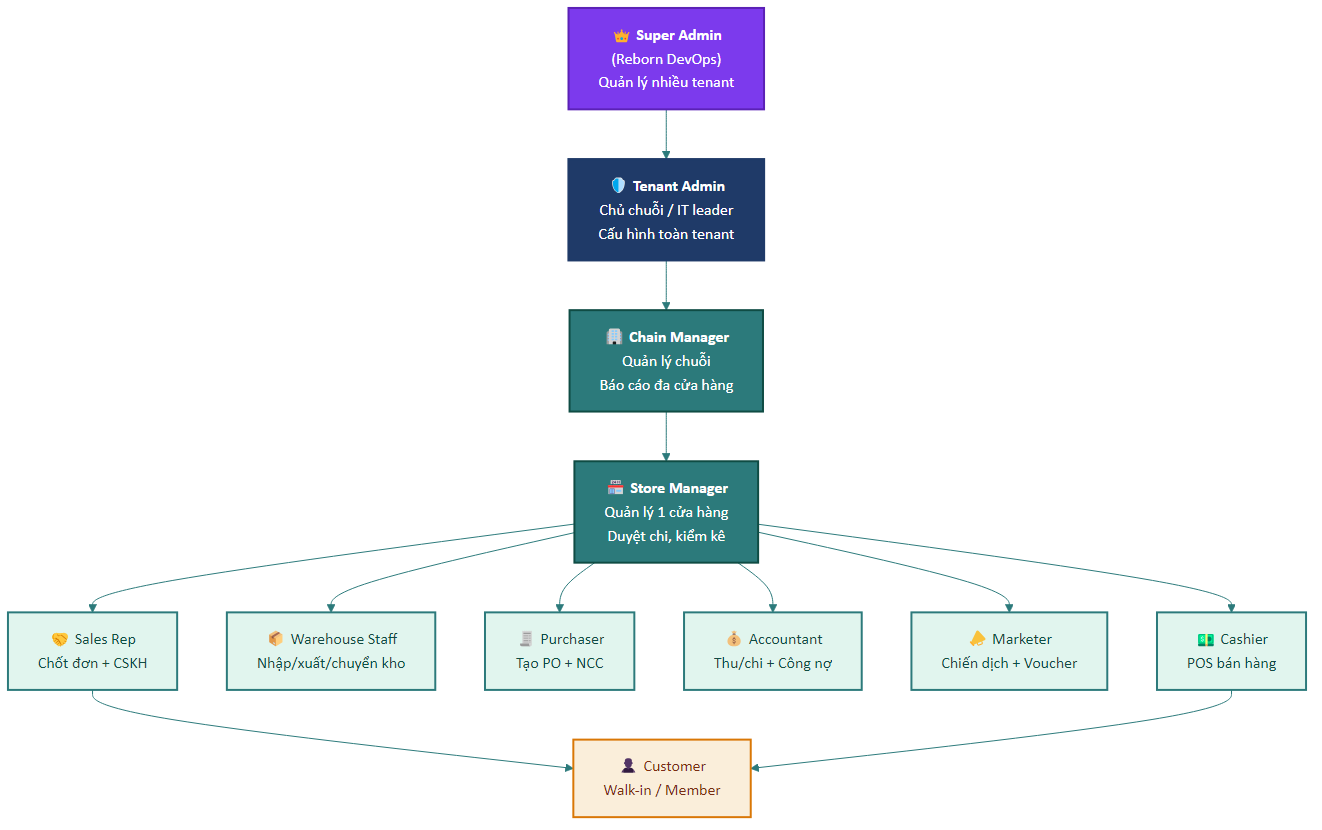
The Mermaid diagram docs/urd/diagrams/02-actor-hierarchy.png in ducdung872001/cloud-crm, before a commit. Its source is kept beside it as docs/urd/diagrams/sources/02-actor-hierarchy.mmd.
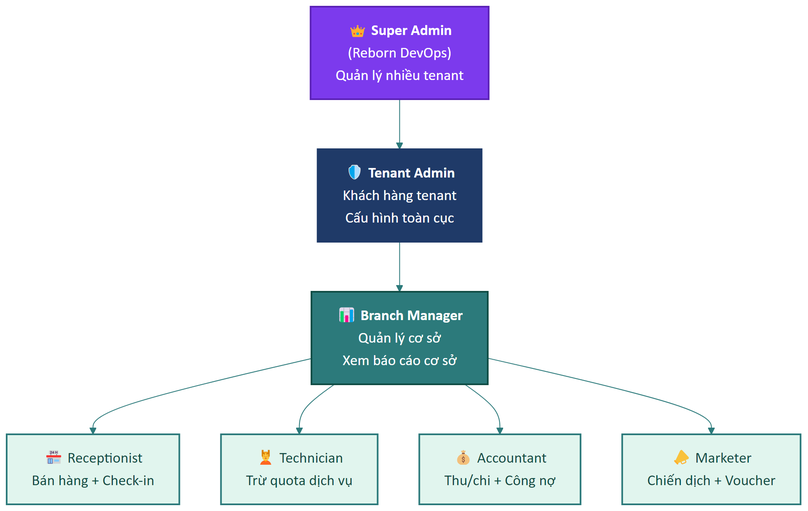
After the commit.

What changed in the source:
```diff
@@ -1,39 +1,27 @@
 %%{init: {'theme':'base', 'themeVariables': {'primaryColor':'#1F3A68','primaryTextColor':'#fff','primaryBorderColor':'#1F3A68','lineColor':'#2C7A7B','fontFamily':'Calibri'}}}%%
 flowchart TB
     SUPER["👑 <b>Super Admin</b><br/>(Reborn DevOps)<br/>Quản lý nhiều tenant"]
-    TADMIN["🛡️ <b>Tenant Admin</b><br/>Chủ chuỗi / IT leader<br/>Cấu hình toàn tenant"]
-    CHAIN["🏢 <b>Chain Manager</b><br/>Quản lý chuỗi<br/>Báo cáo đa cửa hàng"]
-    SM["🏪 <b>Store Manager</b><br/>Quản lý 1 cửa hàng<br/>Duyệt chi, kiểm kê"]
+    TADMIN["🛡️ <b>Tenant Admin</b><br/>Khách hàng tenant<br/>Cấu hình toàn cục"]
+    BM["📊 <b>Branch Manager</b><br/>Quản lý cơ sở<br/>Xem báo cáo cơ sở"]
 
-    CASH["💵 Cashier<br/>POS bán hàng"]
-    WH["📦 Warehouse Staff<br/>Nhập/xuất/chuyển kho"]
-    PUR["🧾 Purchaser<br/>Tạo PO + NCC"]
+    REC["🏪 Receptionist<br/>Bán hàng + Check-in"]
+    TECH["💆 Technician<br/>Trừ quota dịch vụ"]
     ACC["💰 Accountant<br/>Thu/chi + Công nợ"]
     MKT["📣 Marketer<br/>Chiến dịch + Voucher"]
-    SALES["🤝 Sales Rep<br/>Chốt đơn + CSKH"]
-
-    CUST["👤 Customer<br/>Walk-in / Member"]
 
     SUPER --> TADMIN
-    TADMIN --> CHAIN
-    CHAIN --> SM
-    SM --> CASH
-    SM --> WH
-    SM --> PUR
-    SM --> ACC
-    SM --> MKT
-    SM --> SALES
-    SALES --> CUST
-    CASH --> CUST
+    TADMIN --> BM
+    BM --> REC
+    BM --> TECH
+    BM --> ACC
+    BM --> MKT
 
     classDef super fill:#7C3AED,stroke:#5B21B6,color:#fff,stroke-width:2px
     classDef admin fill:#1F3A68,stroke:#1F3A68,color:#fff,stroke-width:2px
     classDef mgr fill:#2C7A7B,stroke:#0F4C44,color:#fff,stroke-width:2px
     classDef staff fill:#E1F5EE,stroke:#2C7A7B,color:#0F4C44,stroke-width:2px
-    classDef cust fill:#FAEEDA,stroke:#D97706,color:#7C2D12,stroke-width:2px
 
     class SUPER super
     class TADMIN admin
-    class CHAIN,SM mgr
-    class CASH,WH,PUR,ACC,MKT,SALES staff
-    class CUST cust
+    class BM mgr
+    class REC,TECH,ACC,MKT staff
```
